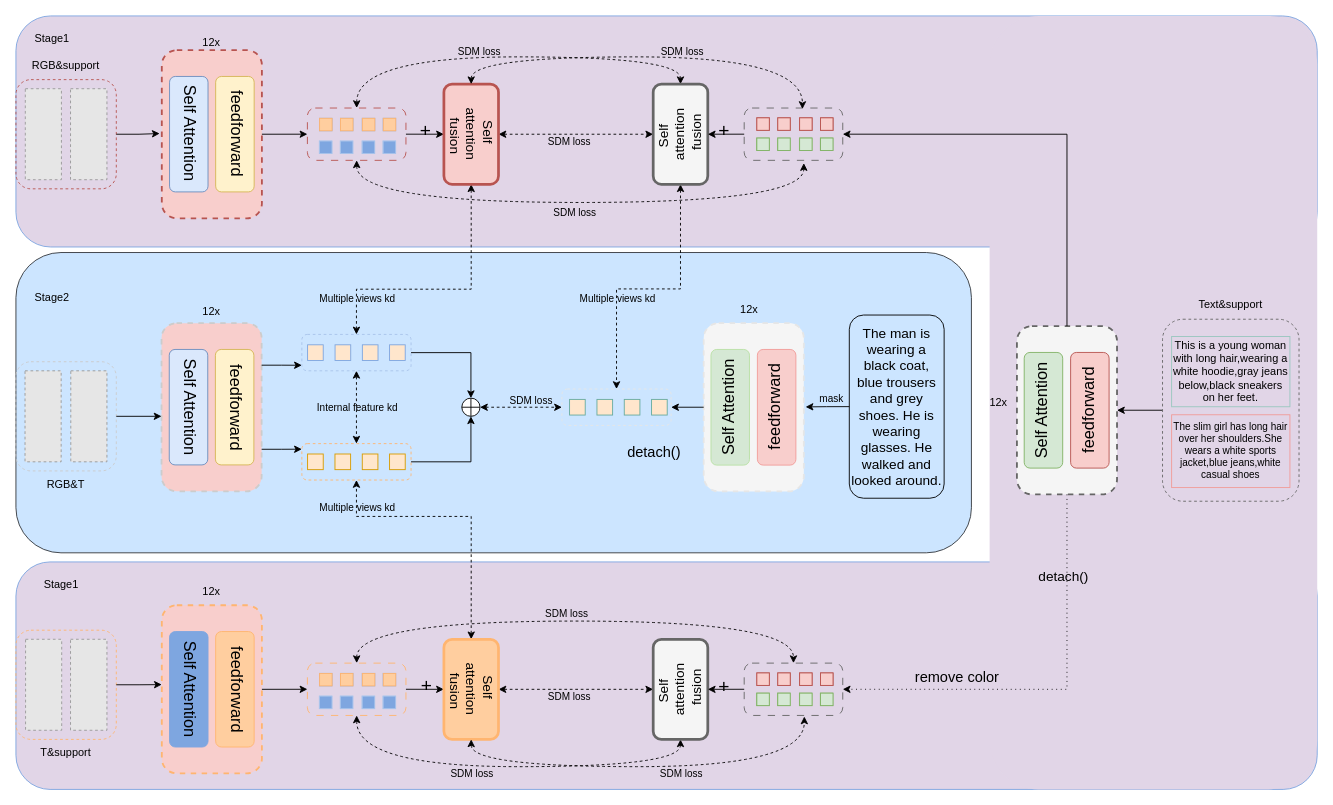
Before: 11.30mulkd.drawio in CZYdeGithub/drawio, a draw.io diagram. Source tidied: cells renumbered, new cells numbered last; positions are measured from the earlier drawing's top-left corner, leaving out a move shared by most shapes. Both pictures are drawn from the tidied source at 91%, with x=0, y=0 at pixel (15, 15). Pictures stored in the file or linked from it are replaced by grey dashed boxes.
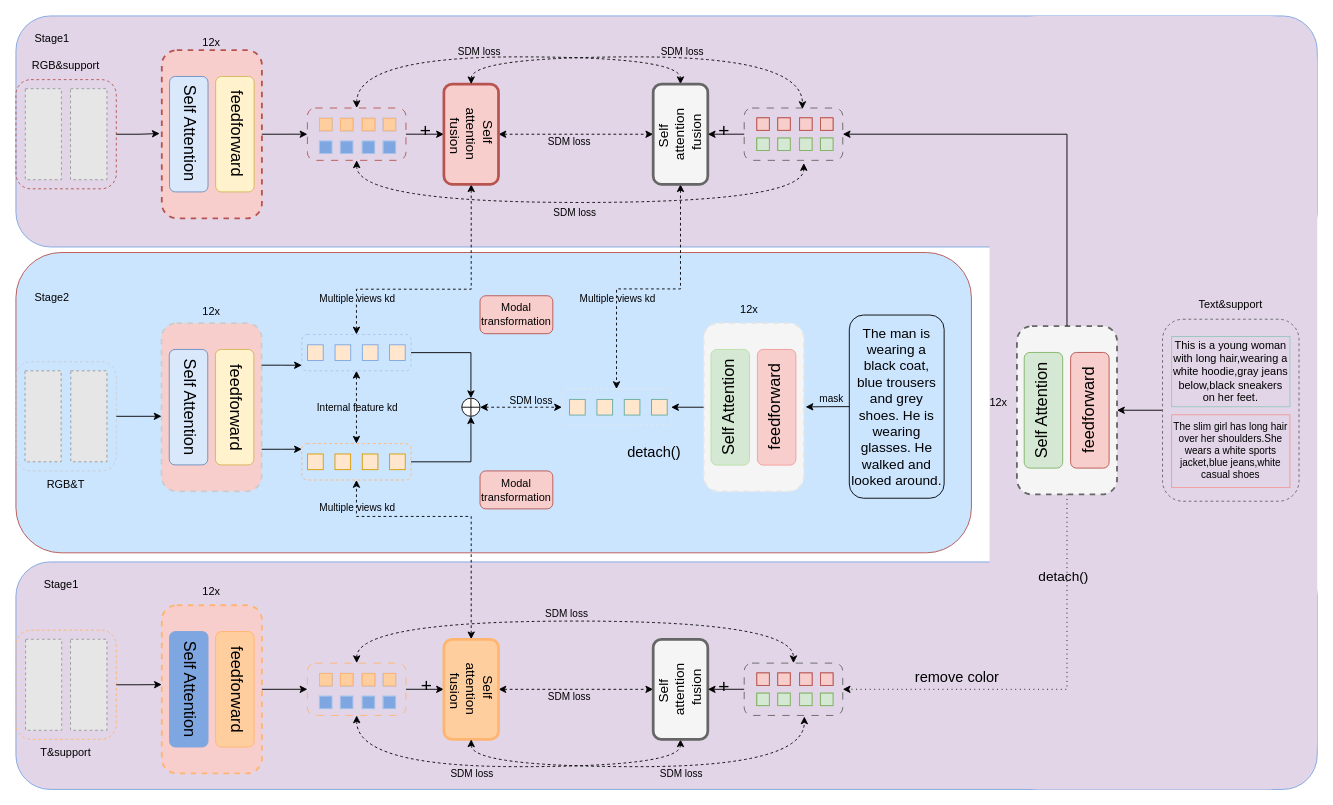
The same diagram, later.

Change to the diagram source:
```diff
@@
-    <mxCell id="4" style="rounded=1;whiteSpace=wrap;html=1;fillColor=#cce5ff;strokeColor=#36393d;fillStyle=auto;gradientDirection=radial;" parent="1" vertex="1">
+    <mxCell id="4" style="rounded=1;whiteSpace=wrap;html=1;fillColor=#cce5ff;strokeColor=#b85450;fillStyle=auto;gradientDirection=radial;" parent="1" vertex="1">
       <mxGeometry y="260" width="1050" height="330" as="geometry" />
     </mxCell>
@@
+    <mxCell id="198" value="Modal transformation" style="rounded=1;whiteSpace=wrap;html=1;fillColor=#f8cecc;strokeColor=#b85450;" parent="1" vertex="1">
+      <mxGeometry x="510" y="307.5" width="80" height="41.7" as="geometry" />
+    </mxCell>
+    <mxCell id="199" value="Modal transformation" style="rounded=1;whiteSpace=wrap;html=1;fillColor=#f8cecc;strokeColor=#b85450;" parent="1" vertex="1">
+      <mxGeometry x="510" y="500" width="80" height="41.7" as="geometry" />
+    </mxCell>
```
